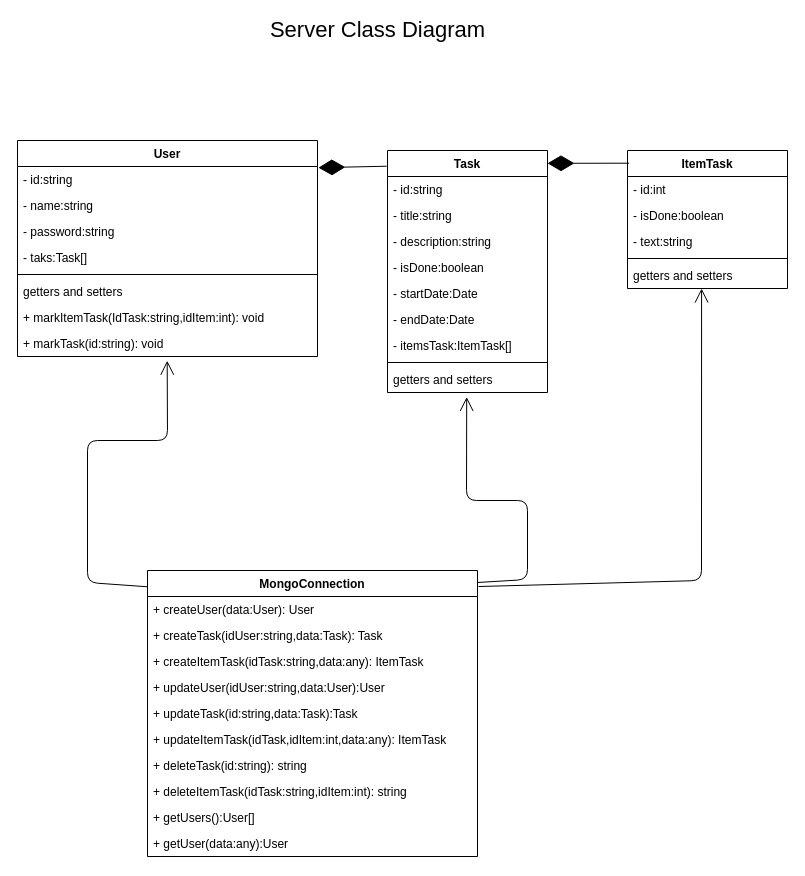
Earlier version of the draw.io diagram page "server-class-diagram" (1 of 3) of docs/model-server.drawio (spaezsuarez/ToDo_graphql_server). Source tidied: cells renumbered, new cells numbered last; positions are measured from the earlier drawing's top-left corner, leaving out a move shared by most shapes. Both pictures are drawn from the tidied source at 100%, with x=0, y=0 at pixel (17, 20).
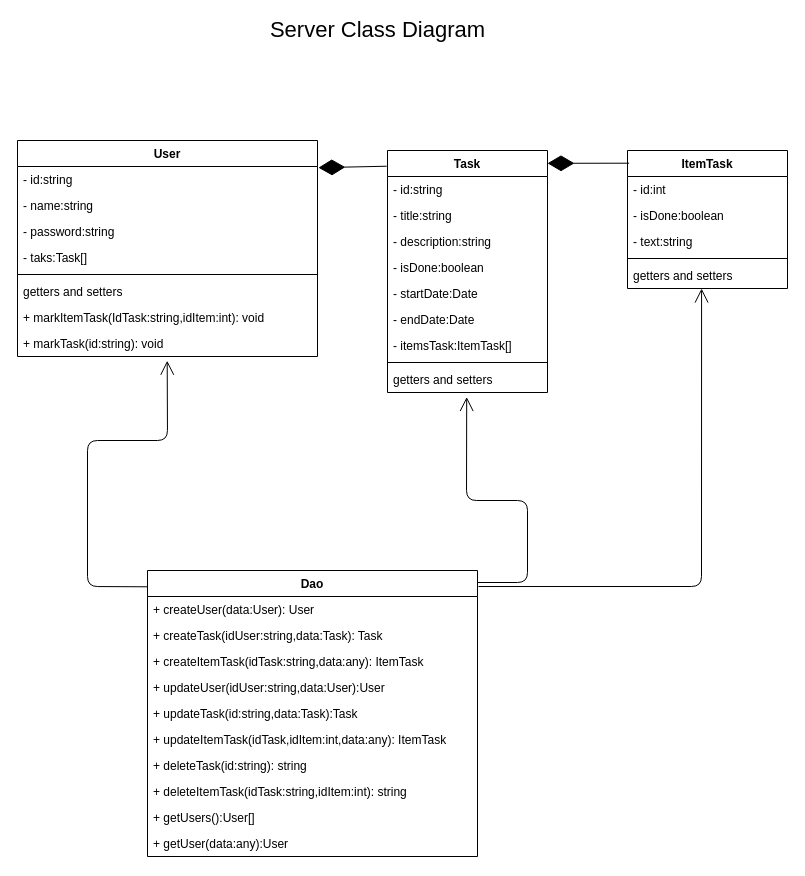
The same page after the edit.

Commit message:
Cambios en el modelado

Unchanged cells that the change refers to:
```xml
<mxCell id="10" value="+ markTask(id:string): void" style="text;strokeColor=none;fillColor=none;align=left;verticalAlign=top;spacingLeft=4;spacingRight=4;overflow=hidden;points=[[0,0.5],[1,0.5]];portConstraint=eastwest;" parent="2" vertex="1">
  <mxGeometry y="190" width="300" height="26" as="geometry" />
</mxCell>
<mxCell id="20" value="getters and setters" style="text;strokeColor=none;fillColor=none;align=left;verticalAlign=top;spacingLeft=4;spacingRight=4;overflow=hidden;points=[[0,0.5],[1,0.5]];portConstraint=eastwest;" parent="11" vertex="1">
  <mxGeometry y="216" width="160" height="26" as="geometry" />
</mxCell>
<mxCell id="26" value="getters and setters" style="text;strokeColor=none;fillColor=none;align=left;verticalAlign=top;spacingLeft=4;spacingRight=4;overflow=hidden;points=[[0,0.5],[1,0.5]];portConstraint=eastwest;" parent="21" vertex="1">
  <mxGeometry y="112" width="160" height="26" as="geometry" />
</mxCell>
```

Diff of the diagram source:
```diff
@@
-    <mxCell id="30" value="MongoConnection" style="swimlane;fontStyle=1;align=center;verticalAlign=top;horizontal=1;startSize=26;" parent="1" vertex="1">
+    <mxCell id="30" value="Dao" style="swimlane;fontStyle=1;align=center;verticalAlign=top;horizontal=1;startSize=26;" parent="1" vertex="1">
       <mxGeometry x="130" y="550" width="330" height="286" as="geometry" />
     </mxCell>
@@
     <mxCell id="41" style="endArrow=open;endFill=1;endSize=12;html=1;entryX=0.499;entryY=1.162;entryDx=0;entryDy=0;entryPerimeter=0;exitX=0.001;exitY=0.057;exitDx=0;exitDy=0;exitPerimeter=0;" parent="1" edge="1" source="30" target="10">
       <mxGeometry relative="1" as="geometry">
         <Array as="points">
-          <mxPoint x="70" y="562" />
+          <mxPoint x="70" y="566" />
           <mxPoint x="70" y="420" />
           <mxPoint x="150" y="420" />
         </Array>
       </mxGeometry>
     </mxCell>
     <mxCell id="42" style="endArrow=open;endFill=1;endSize=12;html=1;entryX=0.495;entryY=1.173;entryDx=0;entryDy=0;entryPerimeter=0;exitX=1;exitY=0.042;exitDx=0;exitDy=0;exitPerimeter=0;" parent="1" edge="1" source="30" target="20">
       <mxGeometry relative="1" as="geometry">
         <Array as="points">
-          <mxPoint x="510" y="559" />
+          <mxPoint x="510" y="562" />
           <mxPoint x="510" y="480" />
           <mxPoint x="449" y="480" />
         </Array>
       </mxGeometry>
     </mxCell>
     <mxCell id="43" style="endArrow=open;endFill=1;endSize=12;html=1;entryX=0.463;entryY=1;entryDx=0;entryDy=0;entryPerimeter=0;exitX=1.003;exitY=0.056;exitDx=0;exitDy=0;exitPerimeter=0;" parent="1" edge="1" source="30" target="26">
       <mxGeometry relative="1" as="geometry">
         <Array as="points">
-          <mxPoint x="684" y="560" />
+          <mxPoint x="684" y="566" />
         </Array>
       </mxGeometry>
     </mxCell>
```
